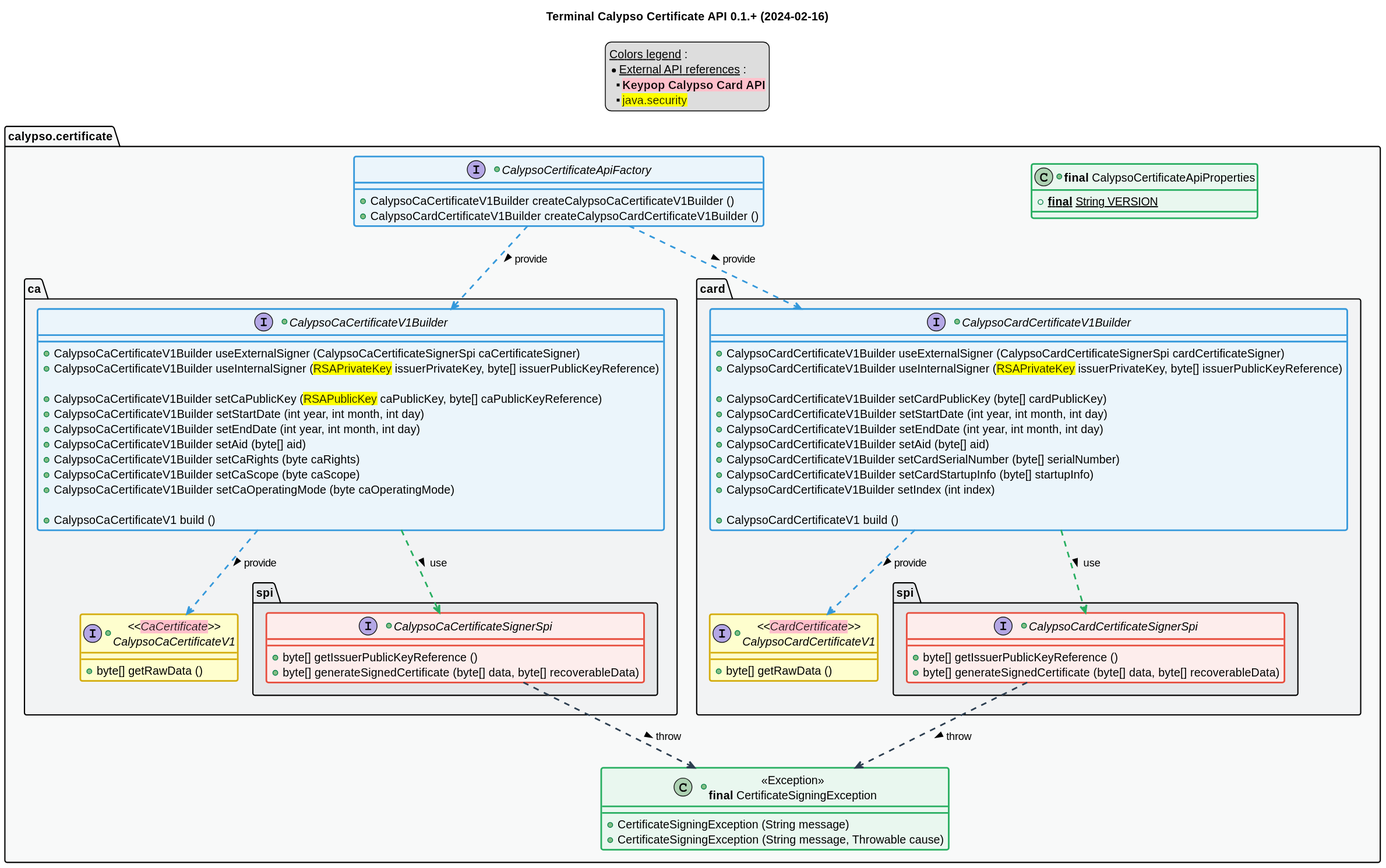
Earlier version of the PlantUML export 0.1.0-SNAPSHOT/api_class_diagram.svg (calypsonet/calypsonet-terminal-calypso-certificate-uml-api).
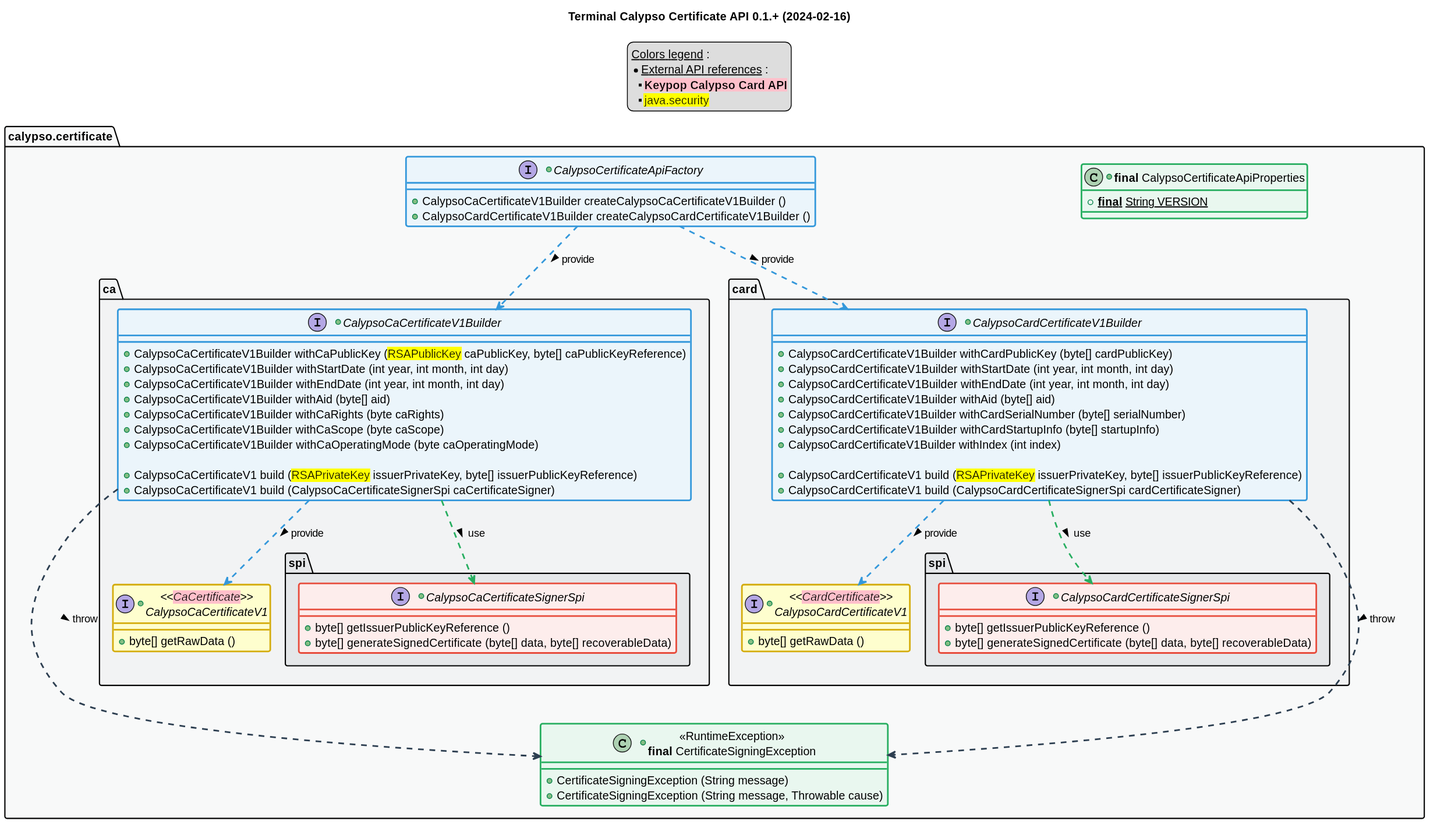
Above is the later version.

Diff of the diagram source:
```diff
@@ -58,18 +58,16 @@
     }
     package "ca" as ca {
         +interface CalypsoCaCertificateV1Builder <<blue>> {
-            +CalypsoCaCertificateV1Builder useExternalSigner (CalypsoCaCertificateSignerSpi caCertificateSigner)
-            +CalypsoCaCertificateV1Builder useInternalSigner (<back:yellow>RSAPrivateKey</back> issuerPrivateKey, byte[] issuerPublicKeyReference)
+            +CalypsoCaCertificateV1Builder withCaPublicKey (<back:yellow>RSAPublicKey</back> caPublicKey, byte[] caPublicKeyReference)
+            +CalypsoCaCertificateV1Builder withStartDate (int year, int month, int day)
+            +CalypsoCaCertificateV1Builder withEndDate (int year, int month, int day)
+            +CalypsoCaCertificateV1Builder withAid (byte[] aid)
+            +CalypsoCaCertificateV1Builder withCaRights (byte caRights)
+            +CalypsoCaCertificateV1Builder withCaScope (byte caScope)
+            +CalypsoCaCertificateV1Builder withCaOperatingMode (byte caOperatingMode)
 
-            +CalypsoCaCertificateV1Builder setCaPublicKey (<back:yellow>RSAPublicKey</back> caPublicKey, byte[] caPublicKeyReference)
-            +CalypsoCaCertificateV1Builder setStartDate (int year, int month, int day)
-            +CalypsoCaCertificateV1Builder setEndDate (int year, int month, int day)
-            +CalypsoCaCertificateV1Builder setAid (byte[] aid)
-            +CalypsoCaCertificateV1Builder setCaRights (byte caRights)
-            +CalypsoCaCertificateV1Builder setCaScope (byte caScope)
-            +CalypsoCaCertificateV1Builder setCaOperatingMode (byte caOperatingMode)
-
-            +CalypsoCaCertificateV1 build ()
+            +CalypsoCaCertificateV1 build (<back:yellow>RSAPrivateKey</back> issuerPrivateKey, byte[] issuerPublicKeyReference)
+            +CalypsoCaCertificateV1 build (CalypsoCaCertificateSignerSpi caCertificateSigner)
         }
         +interface "<<<back:pink>CaCertificate</back>>>\nCalypsoCaCertificateV1" as CalypsoCaCertificateV1 {
             +byte[] getRawData ()
@@ -83,18 +81,16 @@
     }
     package "card" as card {
         +interface CalypsoCardCertificateV1Builder <<blue>> {
-            +CalypsoCardCertificateV1Builder useExternalSigner (CalypsoCardCertificateSignerSpi cardCertificateSigner)
-            +CalypsoCardCertificateV1Builder useInternalSigner (<back:yellow>RSAPrivateKey</back> issuerPrivateKey, byte[] issuerPublicKeyReference)
+            +CalypsoCardCertificateV1Builder withCardPublicKey (byte[] cardPublicKey)
+            +CalypsoCardCertificateV1Builder withStartDate (int year, int month, int day)
+            +CalypsoCardCertificateV1Builder withEndDate (int year, int month, int day)
+            +CalypsoCardCertificateV1Builder withAid (byte[] aid)
+            +CalypsoCardCertificateV1Builder withCardSerialNumber (byte[] serialNumber)
+            +CalypsoCardCertificateV1Builder withCardStartupInfo (byte[] startupInfo)
+            +CalypsoCardCertificateV1Builder withIndex (int index)
 
-            +CalypsoCardCertificateV1Builder setCardPublicKey (byte[] cardPublicKey)
-            +CalypsoCardCertificateV1Builder setStartDate (int year, int month, int day)
-            +CalypsoCardCertificateV1Builder setEndDate (int year, int month, int day)
-            +CalypsoCardCertificateV1Builder setAid (byte[] aid)
-            +CalypsoCardCertificateV1Builder setCardSerialNumber (byte[] serialNumber)
-            +CalypsoCardCertificateV1Builder setCardStartupInfo (byte[] startupInfo)
-            +CalypsoCardCertificateV1Builder setIndex (int index)
-
-            +CalypsoCardCertificateV1 build ()
+            +CalypsoCardCertificateV1 build (<back:yellow>RSAPrivateKey</back> issuerPrivateKey, byte[] issuerPublicKeyReference)
+            +CalypsoCardCertificateV1 build (CalypsoCardCertificateSignerSpi cardCertificateSigner)
         }
         +interface "<<<back:pink>CardCertificate</back>>>\nCalypsoCardCertificateV1" as CalypsoCardCertificateV1 {
             +byte[] getRawData ()
@@ -106,7 +102,7 @@
             }
         }
     }
-    +class "<<Exception>>\n**final** CertificateSigningException" as CertificateSigningException <<green>> {
+    +class "<<RuntimeException>>\n**final** CertificateSigningException" as CertificateSigningException <<green>> {
         +CertificateSigningException (String message)
         +CertificateSigningException (String message, Throwable cause)
     }
@@ -122,8 +118,8 @@
 CalypsoCardCertificateV1Builder ..> CalypsoCardCertificateSignerSpi #C_USE : use >
 CalypsoCardCertificateV1Builder ..> CalypsoCardCertificateV1 #C_LINK : provide >
 
-CalypsoCaCertificateSignerSpi ..> CertificateSigningException #C_THROW : throw >
-CalypsoCardCertificateSignerSpi ..> CertificateSigningException #C_THROW : throw >
+CalypsoCaCertificateV1Builder ...> CertificateSigningException #C_THROW : throw >
+CalypsoCardCertificateV1Builder ...> CertificateSigningException #C_THROW : throw >
 
 
 
```
